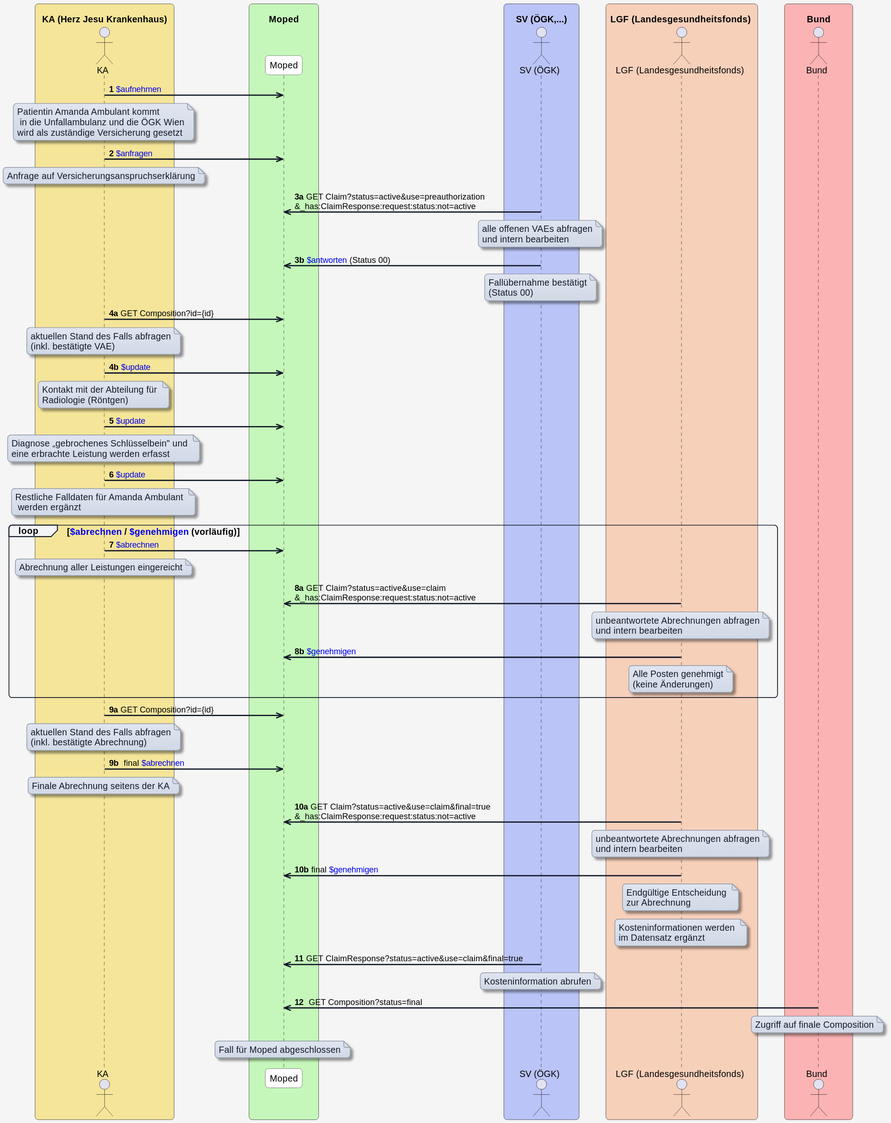
HL7Austria/ELGA-MOPED-R5 keeps this PlantUML diagram as input/images/plantuml/moped-fall-standardablauf/standardablauf-ambulant.svg. Above is the earlier version.
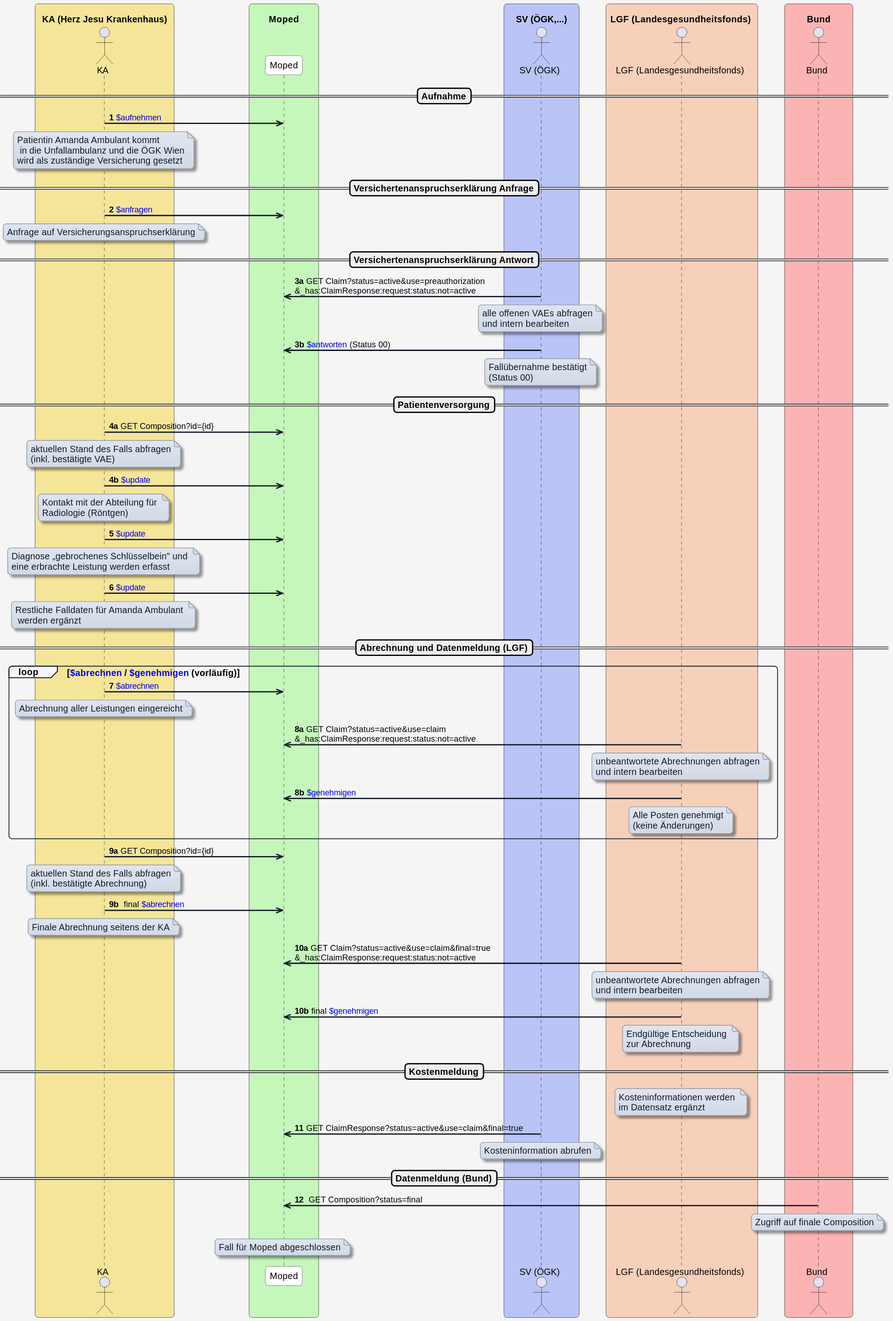
The same diagram one commit later.

Commit message:
Separators in Standardablauf Plantuml diagramme einfügen

Change to the diagram source:
```diff
@@ -58,15 +58,21 @@
   actor Bund as "Bund"
 end box
 
-
+==Aufnahme==
 KA->> MP:<b>1</b> [[OperationDefinition-MOPED.Patient.Aufnehmen.html $aufnehmen]]
 Note over KA: Patientin Amanda Ambulant kommt\n in die Unfallambulanz und die ÖGK Wien\nwird als zuständige Versicherung gesetzt
+
+==Versichertenanspruchserklärung Anfrage==
 KA->>MP:<b>2</b> [[OperationDefinition-MOPED.VAERequest.Anfragen.html $anfragen]]
 Note over KA: Anfrage auf Versicherungsanspruchserklärung
+
+==Versichertenanspruchserklärung Antwort==
 SV->>MP:<b>3a</b> GET Claim?status=active&use=preauthorization\n&_has:ClaimResponse:request:status:not=active
 Note over SV: alle offenen VAEs abfragen\nund intern bearbeiten
 SV->>MP:<b>3b</b> [[OperationDefinition-MOPED.Auf.Request.Antworten.html $antworten]] (Status 00)
 Note over SV: Fallübernahme bestätigt\n(Status 00)
+
+==Patientenversorgung==
 KA->>MP:<b>4a</b> GET Composition?id={id}
 Note over KA: aktuellen Stand des Falls abfragen\n(inkl. bestätigte VAE)
 KA->>MP:<b>4b</b> [[OperationDefinition-MOPED.Daten.Update.html $update]]
@@ -75,6 +81,8 @@
 Note over KA: Diagnose „gebrochenes Schlüsselbein" und \neine erbrachte Leistung werden erfasst
 KA->>MP:<b>6</b> [[OperationDefinition-MOPED.Daten.Update.html $update]]
 Note over KA: Restliche Falldaten für Amanda Ambulant \n werden ergänzt
+
+==Abrechnung und Datenmeldung (LGF)==
 loop [[OperationDefinition-MOPED.Encounter.Abrechnen.html $abrechnen]] / [[OperationDefinition-MOPED.Abrechnung.Genehmigen.html $genehmigen]] (vorläufig)
     KA->>MP:<b>7</b> [[OperationDefinition-MOPED.Encounter.Abrechnen.html $abrechnen]]
     Note over KA: Abrechnung aller Leistungen eingereicht
@@ -91,9 +99,13 @@
 Note over LGF: unbeantwortete Abrechnungen abfragen\nund intern bearbeiten
 LGF->>MP:<b>10b</b> final [[OperationDefinition-MOPED.Abrechnung.Genehmigen.html $genehmigen]]
 Note over LGF: Endgültige Entscheidung \nzur Abrechnung
+
+==Kostenmeldung==
 Note over LGF: Kosteninformationen werden \nim Datensatz ergänzt
 SV->>MP:<b>11</b> GET ClaimResponse?status=active&use=claim&final=true
 Note over SV: Kosteninformation abrufen
+
+==Datenmeldung (Bund)==
 Bund->>MP:<b>12</b>  GET Composition?status=final
 Note over Bund: Zugriff auf finale Composition
 
```
